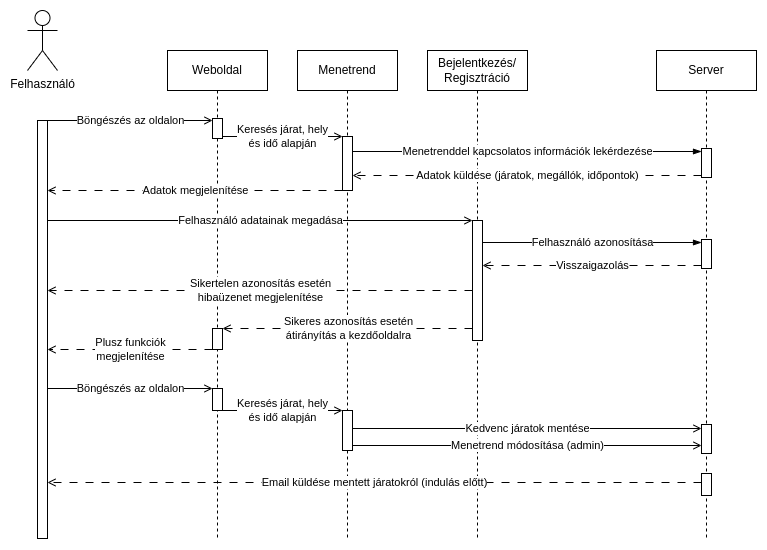
Before: Sequence_Diagram.png, a diagram exported from draw.io (makoadampeter/vonatprojekt). Source tidied: cells renumbered, new cells last; positions are measured from the earlier drawing's top-left corner, leaving out a move shared by most shapes.
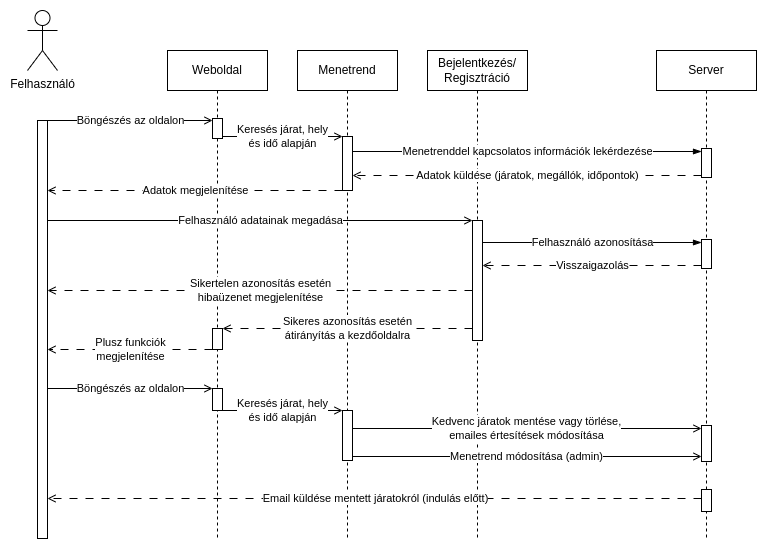
The same diagram one commit later.

Commit message:
Apróbb javítások

Diff of the diagram source:
```diff
@@ -24,10 +24,10 @@
       <mxGeometry x="45" y="189" width="10" height="29" as="geometry" />
     </mxCell>
     <mxCell id="9" style="html=1;perimeter=orthogonalPerimeter;targetShapes=umlLifeline;newEdgeStyle={&quot;edgeStyle&quot;:&quot;elbowEdgeStyle&quot;,&quot;elbow&quot;:&quot;vertical&quot;,&quot;curved&quot;:0,&quot;rounded&quot;:0};" parent="6" vertex="1">
-      <mxGeometry x="45" y="423" width="10" height="22" as="geometry" />
+      <mxGeometry x="45" y="439" width="10" height="22" as="geometry" />
     </mxCell>
     <mxCell id="10" style="html=1;perimeter=orthogonalPerimeter;targetShapes=umlLifeline;newEdgeStyle={&quot;edgeStyle&quot;:&quot;elbowEdgeStyle&quot;,&quot;elbow&quot;:&quot;vertical&quot;,&quot;curved&quot;:0,&quot;rounded&quot;:0};" parent="6" vertex="1">
-      <mxGeometry x="45" y="374" width="10" height="29" as="geometry" />
+      <mxGeometry x="45" y="375" width="10" height="36" as="geometry" />
     </mxCell>
     <mxCell id="11" value="Felhasználó" style="shape=umlActor;verticalLabelPosition=bottom;verticalAlign=top;html=1;" parent="1" vertex="1">
       <mxGeometry width="30" height="60" as="geometry" />
@@ -54,7 +54,7 @@
       <mxGeometry x="45" y="86" width="10" height="54" as="geometry" />
     </mxCell>
     <mxCell id="17" style="html=1;perimeter=orthogonalPerimeter;targetShapes=umlLifeline;newEdgeStyle={&quot;edgeStyle&quot;:&quot;elbowEdgeStyle&quot;,&quot;elbow&quot;:&quot;vertical&quot;,&quot;curved&quot;:0,&quot;rounded&quot;:0};" parent="15" vertex="1">
-      <mxGeometry x="45" y="360" width="10" height="40" as="geometry" />
+      <mxGeometry x="45" y="360" width="10" height="50" as="geometry" />
     </mxCell>
     <mxCell id="18" style="endArrow=open;html=1;rounded=0;dashed=1;dashPattern=8 8;endFill=0;" parent="1" edge="1">
       <mxGeometry relative="1" as="geometry">
@@ -118,8 +118,8 @@
     </mxCell>
     <mxCell id="32" style="endArrow=open;html=1;rounded=0;dashed=1;dashPattern=8 8;endFill=0;" parent="1" edge="1">
       <mxGeometry relative="1" as="geometry">
-        <mxPoint x="674" y="472" as="sourcePoint" />
-        <mxPoint x="20" y="472" as="targetPoint" />
+        <mxPoint x="674" y="488" as="sourcePoint" />
+        <mxPoint x="20" y="488" as="targetPoint" />
       </mxGeometry>
     </mxCell>
     <mxCell id="33" value="Email küldése mentett járatokról (indulás előtt)" style="edgeLabel;html=1;align=center;verticalAlign=middle;" parent="32" vertex="1">
@@ -187,15 +187,15 @@
         </Array>
       </mxGeometry>
     </mxCell>
-    <mxCell id="47" value="Kedvenc járatok mentése" style="edgeLabel;html=1;align=center;verticalAlign=middle;" parent="46" vertex="1">
+    <mxCell id="47" value="Kedvenc járatok mentése vagy törlése,&lt;br&gt;emailes értesítések módosítása" style="edgeLabel;html=1;align=center;verticalAlign=middle;" parent="46" vertex="1">
       <mxGeometry relative="1" as="geometry" />
     </mxCell>
     <mxCell id="48" style="html=1;verticalAlign=bottom;endArrow=open;edgeStyle=elbowEdgeStyle;elbow=vertical;curved=0;rounded=0;endFill=0;" parent="1" edge="1">
       <mxGeometry x="0.09" y="29" relative="1" as="geometry">
-        <mxPoint x="325" y="436" as="sourcePoint" />
-        <mxPoint x="674" y="435" as="targetPoint" />
+        <mxPoint x="325" y="447" as="sourcePoint" />
+        <mxPoint x="674" y="446" as="targetPoint" />
         <Array as="points">
-          <mxPoint x="679" y="435" />
+          <mxPoint x="679" y="446" />
         </Array>
       </mxGeometry>
     </mxCell>
```
